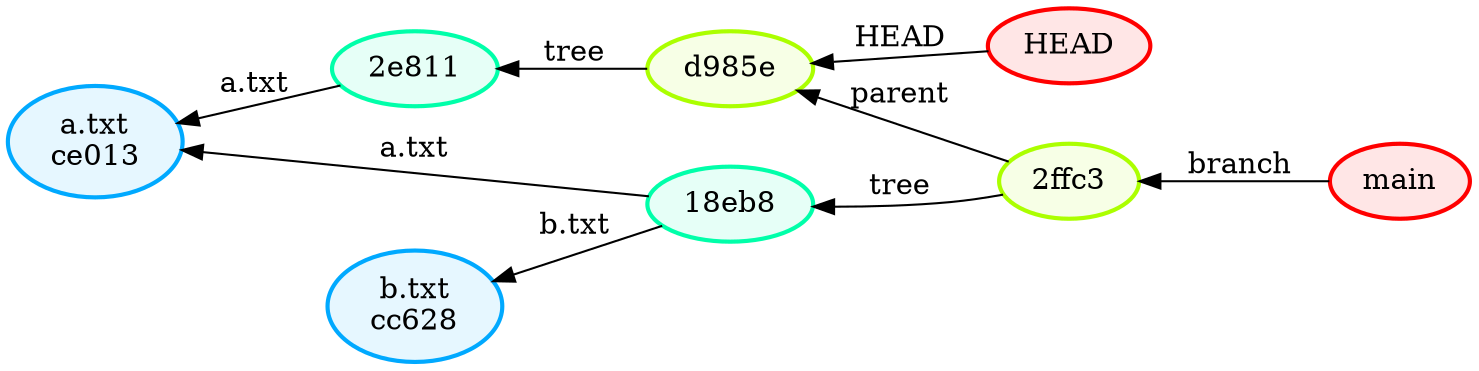
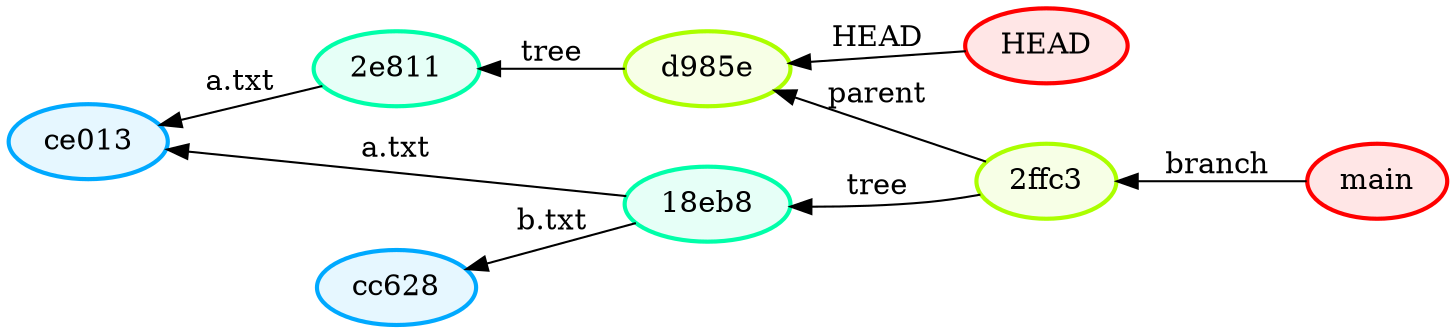
digraph {
	graph [rankdir=RL]
	HEAD [label=HEAD color="0.000 1.000 1.000" fillcolor="0.000 0.100 1.000" penwidth=2 style=filled]
	HEAD -> d985e3fe522b7bdefa3e2f92e61c8e711765b114 [label=HEAD]
	d985e3fe522b7bdefa3e2f92e61c8e711765b114 [label=d985e color="0.222 1.000 1.000" fillcolor="0.222 0.100 1.000" penwidth=2 style=filled]
	"2e81171448eb9f2ee3821e3d447aa6b2fe3ddba1" [label="2e811" color="0.444 1.000 1.000" fillcolor="0.444 0.100 1.000" penwidth=2 style=filled]
	d985e3fe522b7bdefa3e2f92e61c8e711765b114 -> "2e81171448eb9f2ee3821e3d447aa6b2fe3ddba1" [label=tree]
- 	ce013625030ba8dba906f756967f9e9ca394464a [label="a.txt
- ce013" color="0.556 1.000 1.000" fillcolor="0.556 0.100 1.000" penwidth=2 style=filled]
+ 	ce013625030ba8dba906f756967f9e9ca394464a [label=ce013 color="0.556 1.000 1.000" fillcolor="0.556 0.100 1.000" penwidth=2 style=filled]
	"2e81171448eb9f2ee3821e3d447aa6b2fe3ddba1" -> ce013625030ba8dba906f756967f9e9ca394464a [label="a.txt"]
	"refs/heads/main" [label=main color="0.000 1.000 1.000" fillcolor="0.000 0.100 1.000" penwidth=2 style=filled]
	"refs/heads/main" -> "2ffc39fe3f2ec3a1998a9715d9a456ed74e06b39" [label=branch]
	"2ffc39fe3f2ec3a1998a9715d9a456ed74e06b39" [label="2ffc3" color="0.222 1.000 1.000" fillcolor="0.222 0.100 1.000" penwidth=2 style=filled]
	"18eb80fbbbf9160491c007668d5298f1e86cd40a" [label="18eb8" color="0.444 1.000 1.000" fillcolor="0.444 0.100 1.000" penwidth=2 style=filled]
	"2ffc39fe3f2ec3a1998a9715d9a456ed74e06b39" -> "18eb80fbbbf9160491c007668d5298f1e86cd40a" [label=tree]
	"18eb80fbbbf9160491c007668d5298f1e86cd40a" -> ce013625030ba8dba906f756967f9e9ca394464a [label="a.txt"]
- 	cc628ccd10742baea8241c5924df992b5c019f71 [label="b.txt
- cc628" color="0.556 1.000 1.000" fillcolor="0.556 0.100 1.000" penwidth=2 style=filled]
+ 	cc628ccd10742baea8241c5924df992b5c019f71 [label=cc628 color="0.556 1.000 1.000" fillcolor="0.556 0.100 1.000" penwidth=2 style=filled]
	"18eb80fbbbf9160491c007668d5298f1e86cd40a" -> cc628ccd10742baea8241c5924df992b5c019f71 [label="b.txt"]
	"2ffc39fe3f2ec3a1998a9715d9a456ed74e06b39" -> d985e3fe522b7bdefa3e2f92e61c8e711765b114 [label=parent]
}
